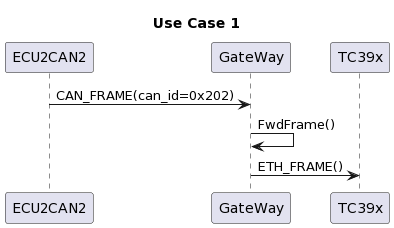
MeletChirino/Rapport-Stage-ASTC keeps this PlantUML diagram as img/GWUseCase1.png. Above is the earlier version. The source it was exported from:
```plantuml
@startuml
title Use Case 1

participant ECU2CAN2 as ecu2
participant GateWay as gw
participant TC39x as tc39

ecu2 -> gw : CAN_FRAME(can_id=0x202)
gw -> gw : FwdFrame()
gw -> tc39 : ETH_FRAME()
@enduml
```
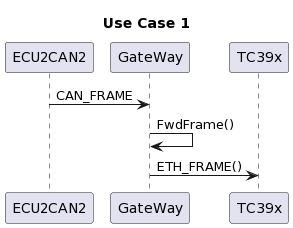
After the change.

What changed in the source:
```diff
@@ -5,7 +5,7 @@
 participant GateWay as gw
 participant TC39x as tc39
 
-ecu2 -> gw : CAN_FRAME(can_id=0x202)
+ecu2 -> gw : CAN_FRAME
 gw -> gw : FwdFrame()
 gw -> tc39 : ETH_FRAME()
 @enduml
```
